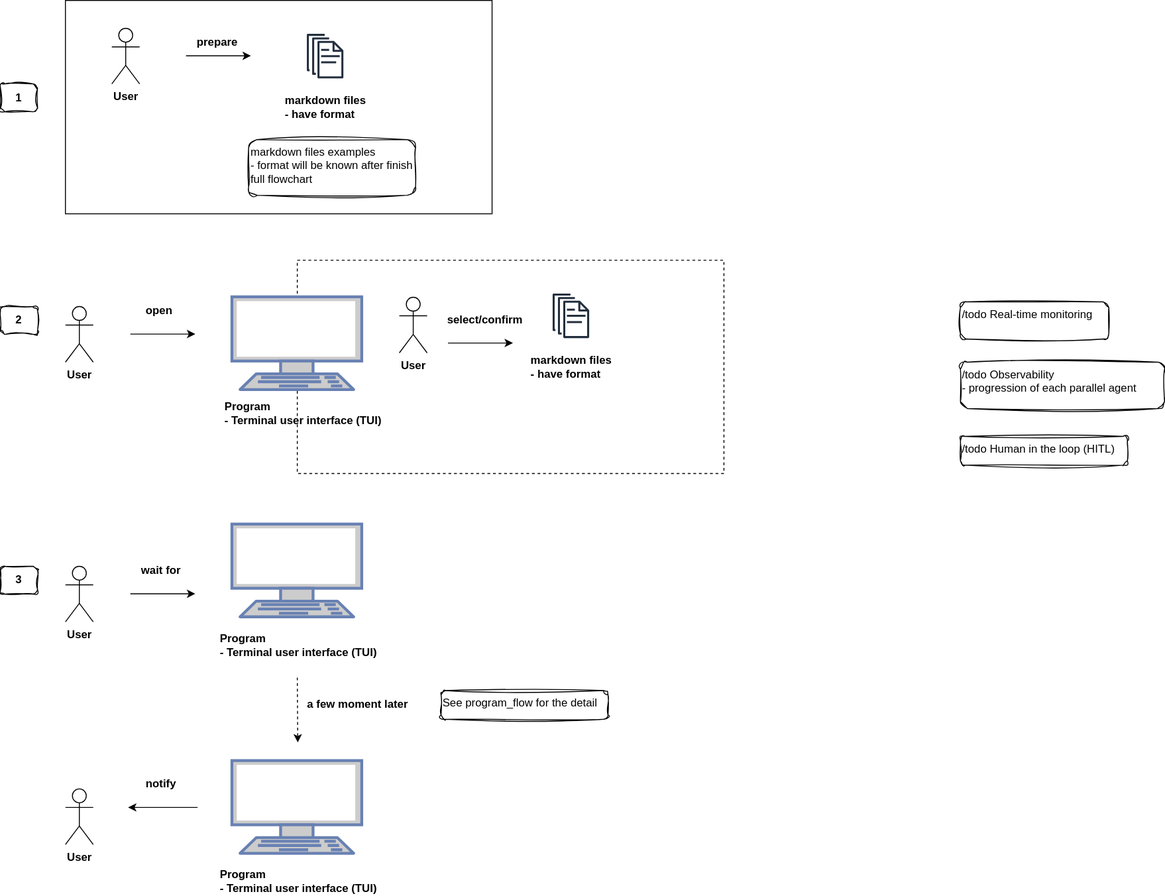
Before: plan.svg, a diagram exported from draw.io (Gxmestk/ai_coding_agent). Source tidied: cells renumbered, new cells last; positions are measured from the earlier drawing's top-left corner, leaving out a move shared by most shapes.
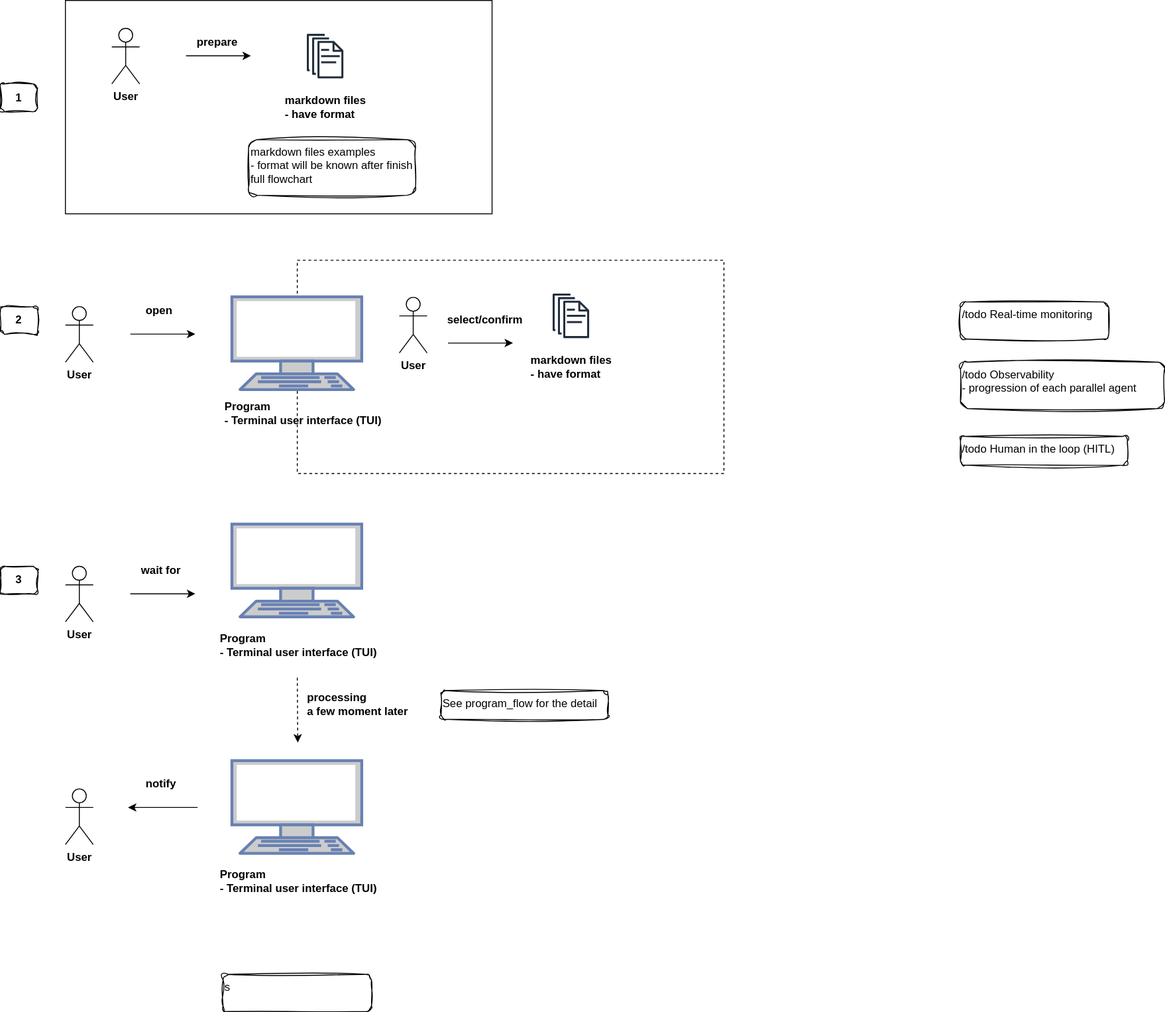
The same diagram one commit later.

Diff of the diagram source:
```diff
@@ -116,7 +116,7 @@
         <mxPoint x="320.5" y="800" as="targetPoint" />
       </mxGeometry>
     </mxCell>
-    <mxCell id="34" value="a few moment later" style="text;html=1;whiteSpace=wrap;strokeColor=none;fillColor=none;align=left;verticalAlign=middle;rounded=0;fontStyle=1;" parent="1" vertex="1">
+    <mxCell id="34" value="&lt;div&gt;processing&lt;/div&gt;a few moment later" style="text;html=1;whiteSpace=wrap;strokeColor=none;fillColor=none;align=left;verticalAlign=middle;rounded=0;fontStyle=1;" parent="1" vertex="1">
       <mxGeometry x="329" y="744" width="120" height="30" as="geometry" />
     </mxCell>
     <mxCell id="35" style="group;" parent="1" vertex="1">
@@ -146,5 +146,8 @@
     <mxCell id="43" value="/todo Real-time monitoring" style="rounded=1;whiteSpace=wrap;html=1;align=left;verticalAlign=top;fillColor=default;sketch=1;curveFitting=1;jiggle=2;" parent="1" vertex="1">
       <mxGeometry x="1035" y="325" width="160" height="40" as="geometry" />
     </mxCell>
+    <mxCell id="44" value="s" style="rounded=1;whiteSpace=wrap;html=1;align=left;verticalAlign=top;fillColor=default;sketch=1;curveFitting=1;jiggle=2;" parent="1" vertex="1">
+      <mxGeometry x="240" y="1050" width="160" height="40" as="geometry" />
+    </mxCell>
   </root>
 </mxGraphModel>
```
